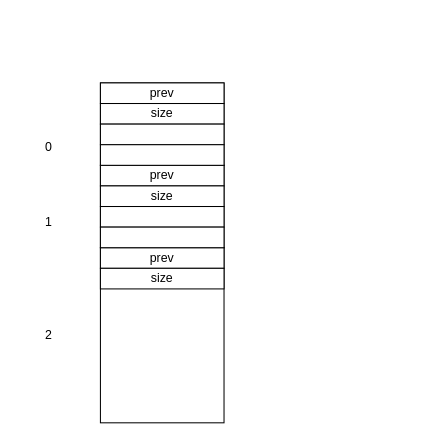
The draw.io diagram blog/babyheap_0ctf_2017.drawio in Zephyrccc/ImageHostingService, before the edit. Source tidied: cells renumbered, new cells numbered last; positions are measured from the earlier drawing's top-left corner, leaving out a move shared by most shapes. Both pictures are drawn from the tidied source at 103%, with x=0, y=0 at pixel (18, 82).
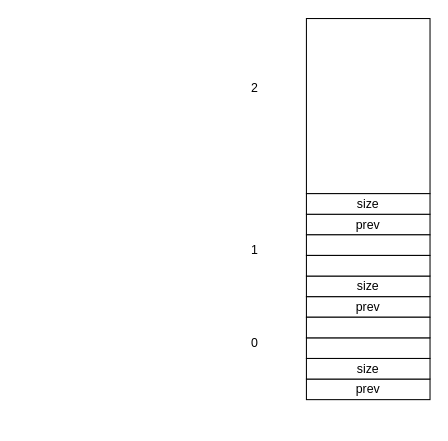
Above is the later version.

Diff of the diagram source:
```diff
@@
 <mxGraphModel>
   <root>
     <mxCell id="0" />
     <mxCell id="1" parent="0" />
     <mxCell id="2" style="rounded=0;whiteSpace=wrap;html=1;" parent="1" vertex="1">
-      <mxGeometry x="80" y="160" width="120" height="170" as="geometry" />
+      <mxGeometry x="280" y="-62.5" width="120" height="170" as="geometry" />
     </mxCell>
-    <mxCell id="3" style="rounded=0;whiteSpace=wrap;html=1;" parent="1" vertex="1">
-      <mxGeometry x="80" y="80" width="120" height="80" as="geometry" />
-    </mxCell>
     <mxCell id="4" value="prev" style="rounded=0;whiteSpace=wrap;html=1;" parent="1" vertex="1">
-      <mxGeometry x="80" y="160" width="120" height="20" as="geometry" />
+      <mxGeometry x="280" y="287.5" width="120" height="20" as="geometry" />
     </mxCell>
     <mxCell id="5" value="size" style="rounded=0;whiteSpace=wrap;html=1;" parent="1" vertex="1">
-      <mxGeometry x="80" y="180" width="120" height="20" as="geometry" />
+      <mxGeometry x="280" y="267.5" width="120" height="20" as="geometry" />
     </mxCell>
     <mxCell id="6" value="&lt;span&gt;prev&lt;/span&gt;" style="rounded=0;whiteSpace=wrap;html=1;" parent="1" vertex="1">
-      <mxGeometry x="80" y="80" width="120" height="20" as="geometry" />
+      <mxGeometry x="280" y="207.5" width="120" height="20" as="geometry" />
     </mxCell>
     <mxCell id="7" value="&lt;span&gt;size&lt;/span&gt;" style="rounded=0;whiteSpace=wrap;html=1;" parent="1" vertex="1">
-      <mxGeometry x="80" y="100" width="120" height="20" as="geometry" />
+      <mxGeometry x="280" y="187.5" width="120" height="20" as="geometry" />
     </mxCell>
     <mxCell id="8" value="0" style="text;html=1;strokeColor=none;fillColor=none;align=center;verticalAlign=middle;whiteSpace=wrap;rounded=0;" parent="1" vertex="1">
-      <mxGeometry y="47.5" width="60" height="30" as="geometry" />
+      <mxGeometry x="200" y="237.5" width="60" height="30" as="geometry" />
     </mxCell>
     <mxCell id="9" value="1" style="text;html=1;strokeColor=none;fillColor=none;align=center;verticalAlign=middle;whiteSpace=wrap;rounded=0;" parent="1" vertex="1">
-      <mxGeometry y="120" width="60" height="30" as="geometry" />
+      <mxGeometry x="200" y="147.5" width="60" height="30" as="geometry" />
     </mxCell>
-    <mxCell id="10" style="rounded=0;whiteSpace=wrap;html=1;" parent="1" vertex="1">
-      <mxGeometry x="80" width="120" height="80" as="geometry" />
-    </mxCell>
     <mxCell id="11" value="&lt;span&gt;prev&lt;/span&gt;" style="rounded=0;whiteSpace=wrap;html=1;" parent="1" vertex="1">
-      <mxGeometry x="80" width="120" height="20" as="geometry" />
+      <mxGeometry x="280" y="127.5" width="120" height="20" as="geometry" />
     </mxCell>
     <mxCell id="12" value="&lt;span&gt;size&lt;/span&gt;" style="rounded=0;whiteSpace=wrap;html=1;" parent="1" vertex="1">
-      <mxGeometry x="80" y="20" width="120" height="20" as="geometry" />
+      <mxGeometry x="280" y="107.5" width="120" height="20" as="geometry" />
     </mxCell>
     <mxCell id="13" value="2" style="text;html=1;strokeColor=none;fillColor=none;align=center;verticalAlign=middle;whiteSpace=wrap;rounded=0;" parent="1" vertex="1">
-      <mxGeometry y="230" width="60" height="30" as="geometry" />
+      <mxGeometry x="200" y="-10" width="60" height="30" as="geometry" />
     </mxCell>
     <mxCell id="14" style="rounded=0;whiteSpace=wrap;html=1;" parent="1" vertex="1">
-      <mxGeometry x="80" y="40" width="120" height="20" as="geometry" />
+      <mxGeometry x="280" y="147.5" width="120" height="20" as="geometry" />
     </mxCell>
     <mxCell id="15" style="rounded=0;whiteSpace=wrap;html=1;" parent="1" vertex="1">
-      <mxGeometry x="80" y="60" width="120" height="20" as="geometry" />
+      <mxGeometry x="280" y="167.5" width="120" height="20" as="geometry" />
     </mxCell>
-    <mxCell id="16" style="rounded=0;whiteSpace=wrap;html=1;" parent="1" vertex="1">
-      <mxGeometry x="80" y="120" width="120" height="20" as="geometry" />
-    </mxCell>
-    <mxCell id="17" style="rounded=0;whiteSpace=wrap;html=1;" parent="1" vertex="1">
-      <mxGeometry x="80" y="140" width="120" height="20" as="geometry" />
-    </mxCell>
+    <mxCell id="18" style="rounded=0;whiteSpace=wrap;html=1;" parent="1" vertex="1">
+      <mxGeometry x="280" y="247.5" width="120" height="20" as="geometry" />
+    </mxCell>
+    <mxCell id="19" style="rounded=0;whiteSpace=wrap;html=1;" parent="1" vertex="1">
+      <mxGeometry x="280" y="227.5" width="120" height="20" as="geometry" />
+    </mxCell>
   </root>
 </mxGraphModel>
```
